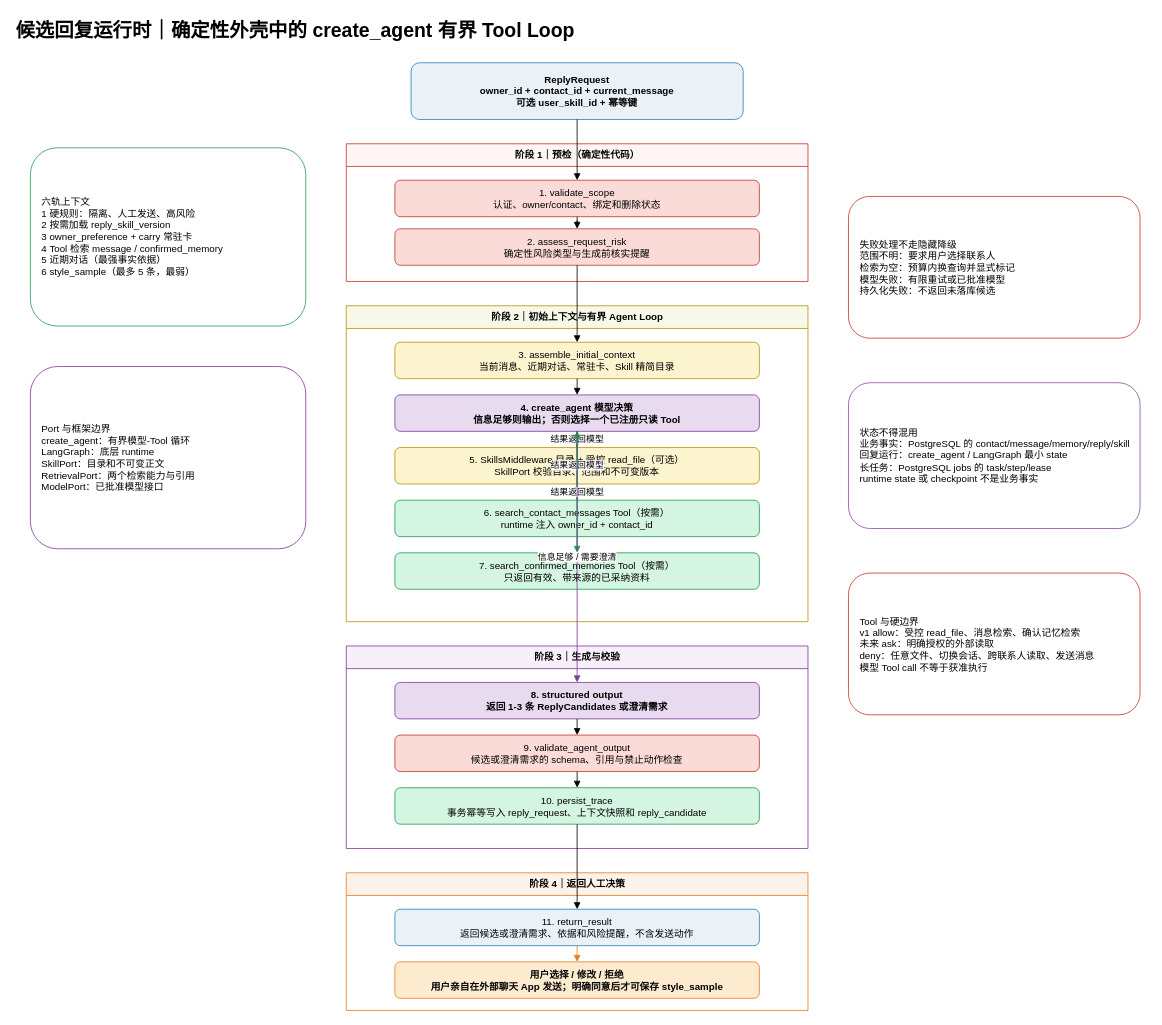
Aqua-ava/NotAlone keeps this draw.io diagram as page "02-候选回复流程" (2 of 5) of architecture/notalone-system-architecture.drawio. Above is the earlier version. Source tidied: cells renumbered, new cells numbered last; positions are measured from the earlier drawing's top-left corner, leaving out a move shared by most shapes. Both pictures are drawn from the tidied source at 81%, with x=0, y=0 at pixel (14, 14).
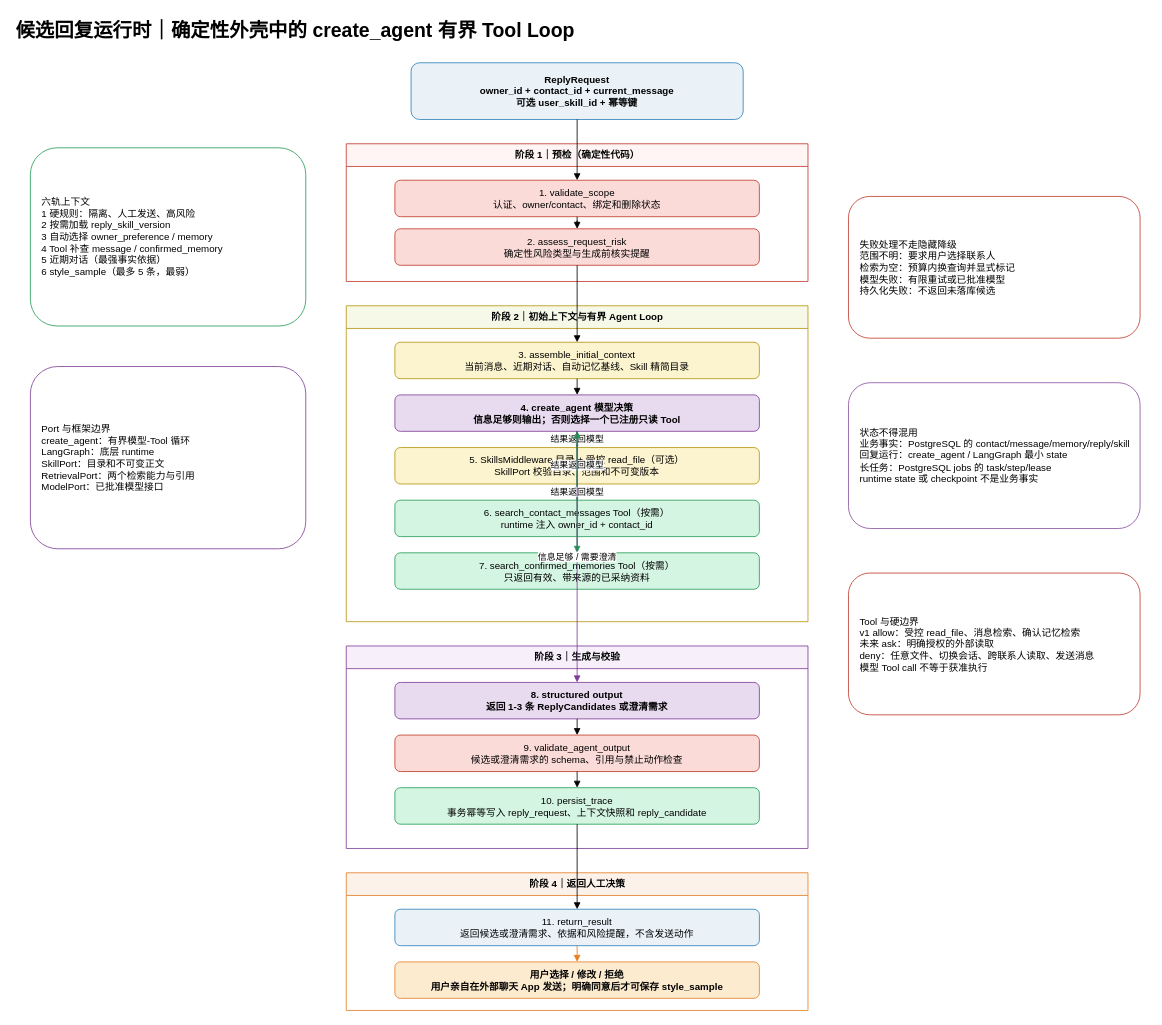
The same diagram, later.

Change to the diagram source:
```diff
@@
-    <mxCell id="8" value="3. assemble_initial_context&#10;当前消息、近期对话、常驻卡、Skill 精简目录" style="rounded=1;whiteSpace=wrap;html=1;fillColor=#fcf3cf;strokeColor=#b7950b;" parent="1" vertex="1">
+    <mxCell id="8" value="3. assemble_initial_context&#10;当前消息、近期对话、自动记忆基线、Skill 精简目录" style="rounded=1;whiteSpace=wrap;html=1;fillColor=#fcf3cf;strokeColor=#b7950b;" parent="1" vertex="1">
       <mxGeometry x="470" y="405" width="450" height="45" as="geometry" />
     </mxCell>
@@
-    <mxCell id="20" value="六轨上下文&#10;1 硬规则：隔离、人工发送、高风险&#10;2 按需加载 reply_skill_version&#10;3 owner_preference + carry 常驻卡&#10;4 Tool 检索 message / confirmed_memory&#10;5 近期对话（最强事实依据）&#10;6 style_sample（最多 5 条，最弱）" style="rounded=1;whiteSpace=wrap;html=1;fillColor=#ffffff;strokeColor=#239b56;align=left;spacingLeft=12;" parent="1" vertex="1">
+    <mxCell id="20" value="六轨上下文&#10;1 硬规则：隔离、人工发送、高风险&#10;2 按需加载 reply_skill_version&#10;3 自动选择 owner_preference / memory&#10;4 Tool 补查 message / confirmed_memory&#10;5 近期对话（最强事实依据）&#10;6 style_sample（最多 5 条，最弱）" style="rounded=1;whiteSpace=wrap;html=1;fillColor=#ffffff;strokeColor=#239b56;align=left;spacingLeft=12;" parent="1" vertex="1">
       <mxGeometry x="20" y="165" width="340" height="220" as="geometry" />
     </mxCell>
```
